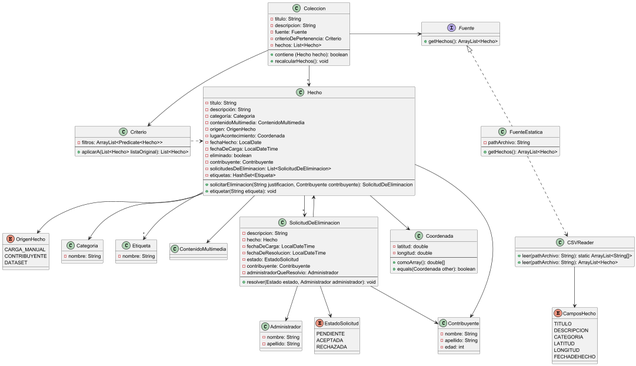
faustorod1/MetaMapa keeps this PlantUML diagram as docs/entrega1/ImagenDDC.png. Above is the earlier version. The source it was exported from:
```plantuml
@startuml

class Hecho{
- título: String
- descripción: String
- categoría: Categoria
- contenidoMultimedia: ContenidoMultimedia
- origen: OrigenHecho
- lugarAcontecimiento: Coordenada
- fechaHecho: LocalDate
- fechaDeCarga: LocalDateTime
- eliminado: boolean
- contribuyente: Contribuyente
- solicitudesDeEliminacion: List<SolicitudDeEliminacion>
- etiquetas: HashSet<Etiqueta>
--
+ solicitarEliminacion(String justificacion, Contribuyente contribuyente): SolicitudDeEliminacion
+ etiquetar(String etiqueta): void
}
enum OrigenHecho{
CARGA_MANUAL
CONTRIBUYENTE
DATASET
}

enum CamposHecho{
 TITULO
 DESCRIPCION
 CATEGORIA
 LATITUD
 LONGITUD
 FECHADEHECHO
}

class Categoria{
- nombre: String
}

class Etiqueta{
- nombre: String
}

class Coleccion{
- titulo: String
- descripcion: String
- fuente: Fuente
- criterioDePertenencia: Criterio
- hechos: List<Hecho>
--
+ contiene (Hecho hecho): boolean
+ recalcularHechos(): void
}

class ContenidoMultimedia{}

class Criterio{
- filtros: ArrayList<Predicate<Hecho>>
--
+ aplicarA(List<Hecho> listaOriginal): List<Hecho>
}

class SolicitudDeEliminacion{
- descripcion: String
- hecho: Hecho
- fechaDeCarga: LocalDateTime
- fechaDeResolucion: LocalDateTime
- estado: EstadoSolicitud
- contribuyente: Contribuyente
- administradorQueResolvio: Administrador
--
+ resolver(Estado estado, Administrador administrador): void
}

enum EstadoSolicitud {
PENDIENTE
ACEPTADA
RECHAZADA
}

interface Fuente{
+ getHechos(): ArrayList<Hecho>
}

class FuenteEstatica{
- pathArchivo: String
--
+ getHechos(): ArrayList<Hecho>
}

class Coordenada{
- latitud: double
- longitud: double
--
+ comoArray(): double[]
+ equals(Coordenada other): boolean
}

class Administrador{
- nombre: String
- apellido: String
}

class Contribuyente{
- nombre: String
- apellido: String
- edad: int
}

class CSVReader{
 + leer(pathArchivo: String): static ArrayList<String[]>
 + leer(pathArchivo: String): ArrayList<Hecho>
}






Hecho --> Categoria
Hecho --> Coordenada
Hecho -->"*" SolicitudDeEliminacion
Hecho --> ContenidoMultimedia
Hecho --> OrigenHecho
Hecho -->"*" Etiqueta
Hecho --> Contribuyente

Coleccion -r-> Fuente
Coleccion --> Criterio
Coleccion -->"*" Hecho


Criterio .r.> Hecho

SolicitudDeEliminacion --> Hecho
SolicitudDeEliminacion --> EstadoSolicitud
SolicitudDeEliminacion --> Contribuyente
SolicitudDeEliminacion --> Administrador

FuenteEstatica .u.|> Fuente
FuenteEstatica ..> CSVReader

CSVReader --> CamposHecho


@enduml
```
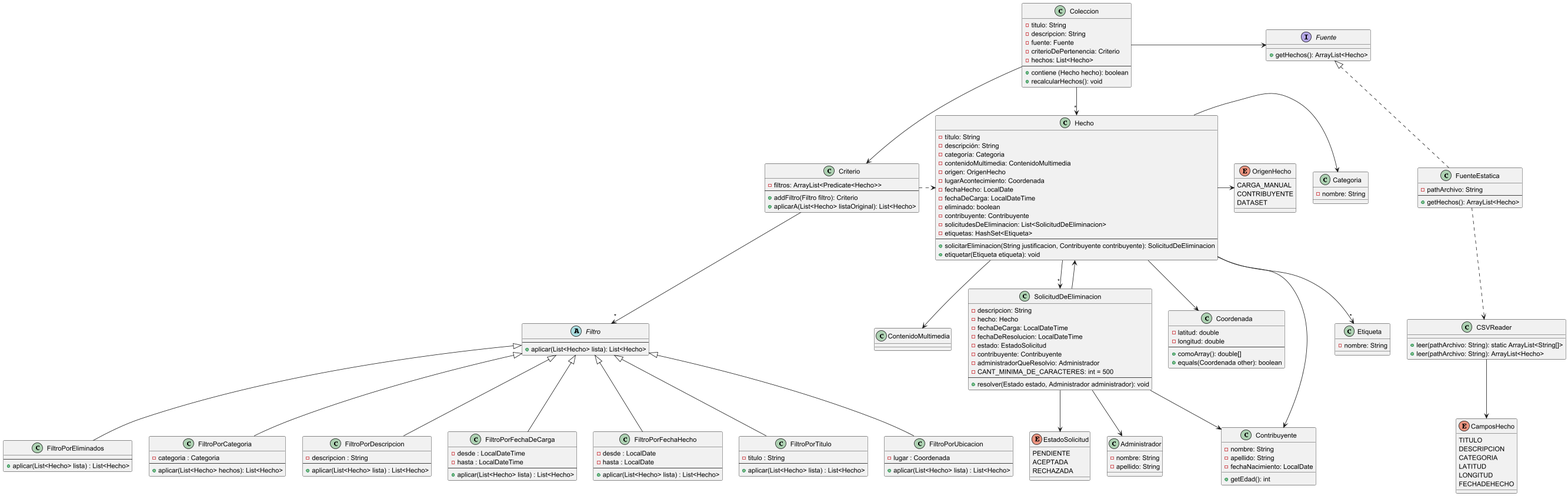
After the change.

Change to the diagram source:
```diff
@@ -15,7 +15,7 @@
 - etiquetas: HashSet<Etiqueta>
 --
 + solicitarEliminacion(String justificacion, Contribuyente contribuyente): SolicitudDeEliminacion
-+ etiquetar(String etiqueta): void
++ etiquetar(Etiqueta etiqueta): void
 }
 enum OrigenHecho{
 CARGA_MANUAL
@@ -56,7 +56,56 @@
 class Criterio{
 - filtros: ArrayList<Predicate<Hecho>>
 --
++ addFiltro(Filtro filtro): Criterio
 + aplicarA(List<Hecho> listaOriginal): List<Hecho>
+}
+
+abstract class Filtro{
+--
++ aplicar(List<Hecho> lista): List<Hecho>
+}
+
+class FiltroPorEliminados{
+--
++ aplicar(List<Hecho> lista) : List<Hecho>
+}
+
+class FiltroPorCategoria{
+- categoria : Categoria
+--
++  aplicar(List<Hecho> hechos): List<Hecho>
+}
+
+class FiltroPorDescripcion{
+- descripcion : String
+--
++  aplicar(List<Hecho> lista) : List<Hecho>
+}
+
+class FiltroPorFechaDeCarga{
+- desde : LocalDateTime
+- hasta : LocalDateTime
+--
++ aplicar(List<Hecho> lista) : List<Hecho>
+}
+
+class FiltroPorFechaHecho{
+- desde : LocalDate
+- hasta : LocalDate
+--
++ aplicar(List<Hecho> lista) : List<Hecho>
+}
+
+class FiltroPorTitulo{
+- titulo : String
+--
++  aplicar(List<Hecho> lista) : List<Hecho>
+}
+
+class FiltroPorUbicacion{
+- lugar : Coordenada
+--
++ aplicar(List<Hecho> lista) : List<Hecho>
 }
 
 class SolicitudDeEliminacion{
@@ -67,6 +116,7 @@
 - estado: EstadoSolicitud
 - contribuyente: Contribuyente
 - administradorQueResolvio: Administrador
+- CANT_MINIMA_DE_CARACTERES: int = 500
 --
 + resolver(Estado estado, Administrador administrador): void
 }
@@ -103,7 +153,9 @@
 class Contribuyente{
 - nombre: String
 - apellido: String
-- edad: int
+- fechaNacimiento: LocalDate
+
++ getEdad(): int
 }
 
 class CSVReader{
@@ -116,11 +168,11 @@
 
 
 
-Hecho --> Categoria
+Hecho -r-> Categoria
 Hecho --> Coordenada
 Hecho -->"*" SolicitudDeEliminacion
 Hecho --> ContenidoMultimedia
-Hecho --> OrigenHecho
+Hecho -r-> OrigenHecho
 Hecho -->"*" Etiqueta
 Hecho --> Contribuyente
 
@@ -130,16 +182,25 @@
 
 
 Criterio .r.> Hecho
+Criterio -->"*" Filtro
+
+FiltroPorCategoria -u-|> Filtro
+FiltroPorDescripcion -u-|> Filtro
+FiltroPorEliminados -u-|> Filtro
+FiltroPorFechaDeCarga -u-|> Filtro
+FiltroPorFechaHecho -u-|> Filtro
+FiltroPorTitulo -u-|> Filtro
+FiltroPorUbicacion -u-|> Filtro
 
 SolicitudDeEliminacion --> Hecho
-SolicitudDeEliminacion --> EstadoSolicitud
+SolicitudDeEliminacion -d-> EstadoSolicitud
 SolicitudDeEliminacion --> Contribuyente
 SolicitudDeEliminacion --> Administrador
 
 FuenteEstatica .u.|> Fuente
 FuenteEstatica ..> CSVReader
 
-CSVReader --> CamposHecho
+CSVReader -d-> CamposHecho
 
 
 @enduml
```
